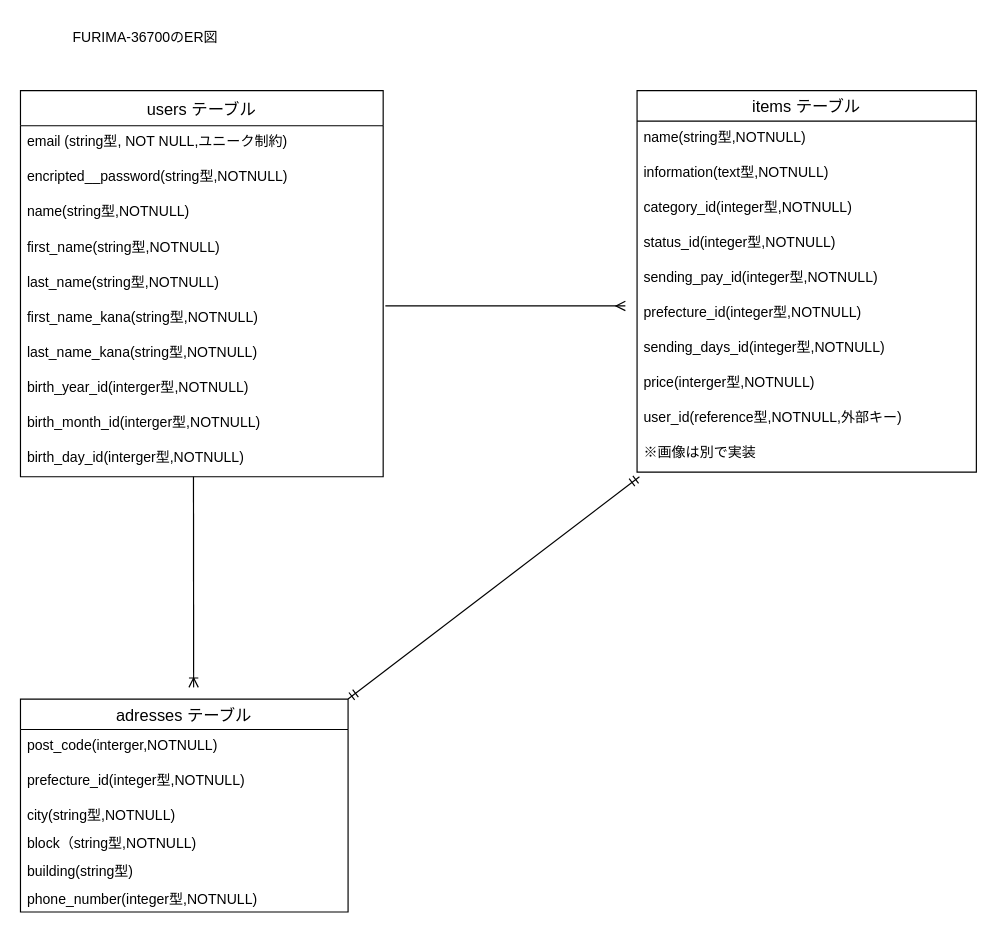
This is datebase.dio from Takucap10/furima-36700, a draw.io file, before an edit. Source tidied: cells renumbered, new cells numbered last; positions are measured from the earlier drawing's top-left corner, leaving out a move shared by most shapes. Both pictures are drawn from the tidied source at 117%, with x=0, y=0 at pixel (20, 20).
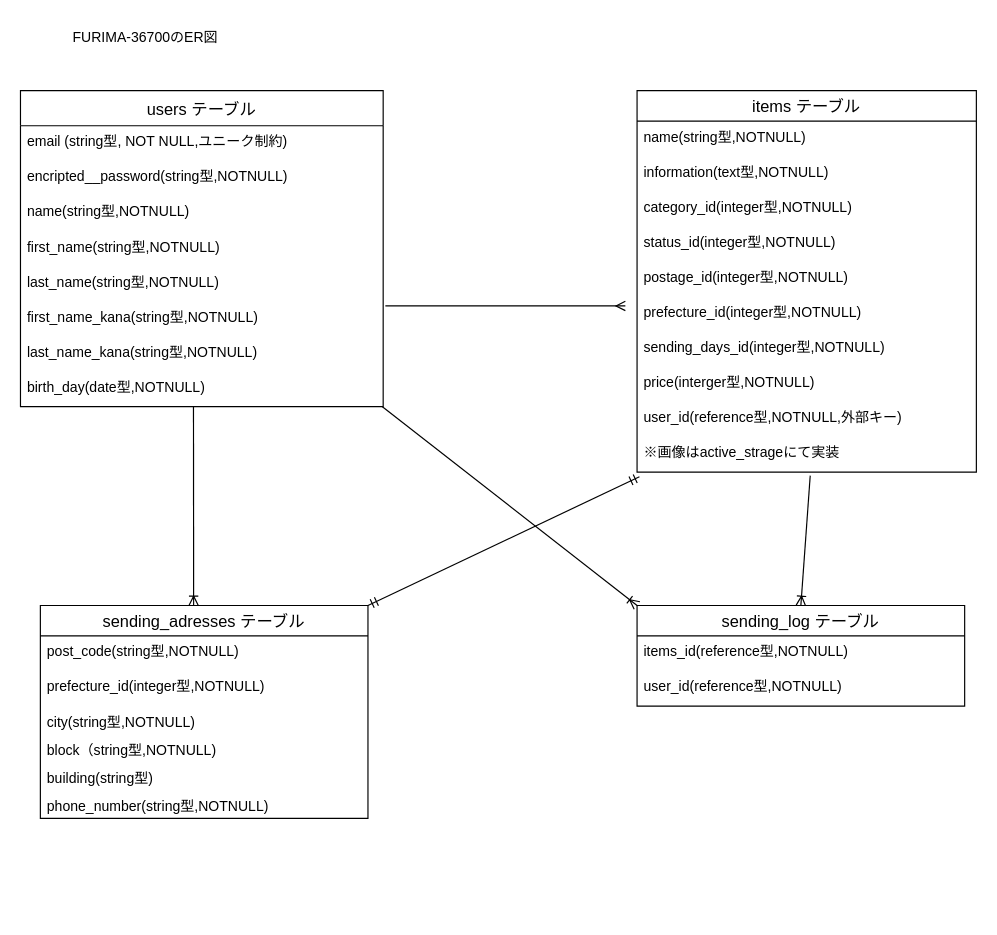
The same page after the edit.

Commit message (it also covers changes not shown here):
データベース設計見直し

The change refers to these unchanged cells:
```xml
<mxCell id="14" value="items テーブル" style="swimlane;fontStyle=0;horizontal=1;startSize=26;align=center;fontSize=14;" parent="1" vertex="1">
  <mxGeometry x="527" y="60" width="290" height="326" as="geometry" />
</mxCell>
```

What changed in the source:
```diff
@@
     <mxCell id="2" value="users テーブル" style="swimlane;fontStyle=0;horizontal=1;startSize=30;align=center;fontSize=14;labelBorderColor=none;" parent="1" vertex="1">
-      <mxGeometry y="60" width="310" height="330" as="geometry" />
+      <mxGeometry y="60" width="310" height="270" as="geometry" />
     </mxCell>
@@
-    <mxCell id="10" value="birth_year_id(interger型,NOTNULL)" style="text;strokeColor=none;fillColor=none;spacingLeft=4;spacingRight=4;overflow=hidden;fontSize=12;" parent="2" vertex="1">
-      <mxGeometry y="240" width="310" height="30" as="geometry" />
-    </mxCell>
-    <mxCell id="11" value="birth_month_id(interger型,NOTNULL)" style="text;strokeColor=none;fillColor=none;spacingLeft=4;spacingRight=4;overflow=hidden;fontSize=12;" parent="2" vertex="1">
-      <mxGeometry y="270" width="310" height="30" as="geometry" />
-    </mxCell>
-    <mxCell id="12" value="birth_day_id(interger型,NOTNULL)" style="text;strokeColor=none;fillColor=none;spacingLeft=4;spacingRight=4;overflow=hidden;points=[[0,0.5],[1,0.5]];portConstraint=eastwest;fontSize=12;" parent="2" vertex="1">
-      <mxGeometry y="300" width="310" height="30" as="geometry" />
+    <mxCell id="12" value="birth_day(date型,NOTNULL)" style="text;strokeColor=none;fillColor=none;spacingLeft=4;spacingRight=4;overflow=hidden;points=[[0,0.5],[1,0.5]];portConstraint=eastwest;fontSize=12;" parent="2" vertex="1">
+      <mxGeometry y="240" width="310" height="30" as="geometry" />
     </mxCell>
@@
-    <mxCell id="19" value="sending_pay_id(integer型,NOTNULL)" style="text;strokeColor=none;fillColor=none;spacingLeft=4;spacingRight=4;overflow=hidden;fontSize=12;" parent="14" vertex="1">
+    <mxCell id="19" value="postage_id(integer型,NOTNULL)" style="text;strokeColor=none;fillColor=none;spacingLeft=4;spacingRight=4;overflow=hidden;fontSize=12;" parent="14" vertex="1">
       <mxGeometry y="146" width="290" height="30" as="geometry" />
     </mxCell>
@@
-    <mxCell id="24" value="※画像は別で実装" style="text;strokeColor=none;fillColor=none;spacingLeft=4;spacingRight=4;overflow=hidden;points=[[0,0.5],[1,0.5]];portConstraint=eastwest;fontSize=12;" parent="14" vertex="1">
+    <mxCell id="24" value="※画像はactive_strageにて実装" style="text;strokeColor=none;fillColor=none;spacingLeft=4;spacingRight=4;overflow=hidden;points=[[0,0.5],[1,0.5]];portConstraint=eastwest;fontSize=12;" parent="14" vertex="1">
       <mxGeometry y="296" width="290" height="30" as="geometry" />
     </mxCell>
-    <mxCell id="25" value="adresses テーブル" style="swimlane;fontStyle=0;horizontal=1;startSize=26;align=center;fontSize=14;" parent="1" vertex="1">
-      <mxGeometry y="580" width="280" height="182" as="geometry" />
+    <mxCell id="25" value="sending_adresses テーブル" style="swimlane;fontStyle=0;horizontal=1;startSize=26;align=center;fontSize=14;" parent="1" vertex="1">
+      <mxGeometry x="17" y="500" width="280" height="182" as="geometry" />
     </mxCell>
-    <mxCell id="26" value="post_code(interger,NOTNULL)" style="text;strokeColor=none;fillColor=none;spacingLeft=4;spacingRight=4;overflow=hidden;fontSize=12;" parent="25" vertex="1">
+    <mxCell id="26" value="post_code(string型,NOTNULL)" style="text;strokeColor=none;fillColor=none;spacingLeft=4;spacingRight=4;overflow=hidden;fontSize=12;" parent="25" vertex="1">
       <mxGeometry y="26" width="280" height="30" as="geometry" />
     </mxCell>
@@
-    <mxCell id="31" value="phone_number(integer型,NOTNULL)" style="text;strokeColor=none;fillColor=none;spacingLeft=4;spacingRight=4;overflow=hidden;fontSize=12;" parent="25" vertex="1">
+    <mxCell id="31" value="phone_number(string型,NOTNULL)" style="text;strokeColor=none;fillColor=none;spacingLeft=4;spacingRight=4;overflow=hidden;fontSize=12;" parent="25" vertex="1">
       <mxGeometry y="158" width="280" height="24" as="geometry" />
     </mxCell>
@@
     <mxCell id="33" style="fontSize=12;html=1;endArrow=ERoneToMany;exitX=0.477;exitY=1;exitDx=0;exitDy=0;exitPerimeter=0;" parent="1" edge="1" source="12">
       <mxGeometry relative="1" as="geometry">
-        <mxPoint x="148" y="570" as="targetPoint" />
+        <mxPoint x="148" y="500" as="targetPoint" />
       </mxGeometry>
     </mxCell>
@@
+    <mxCell id="35" value="sending_log テーブル" style="swimlane;fontStyle=0;horizontal=1;startSize=26;align=center;fontSize=14;" parent="1" vertex="1">
+      <mxGeometry x="527" y="500" width="280" height="86" as="geometry" />
+    </mxCell>
+    <mxCell id="36" value="items_id(reference型,NOTNULL)" style="text;strokeColor=none;fillColor=none;spacingLeft=4;spacingRight=4;overflow=hidden;fontSize=12;" parent="35" vertex="1">
+      <mxGeometry y="26" width="280" height="30" as="geometry" />
+    </mxCell>
+    <mxCell id="37" value="user_id(reference型,NOTNULL)" style="text;strokeColor=none;fillColor=none;spacingLeft=4;spacingRight=4;overflow=hidden;fontSize=12;" parent="35" vertex="1">
+      <mxGeometry y="56" width="280" height="30" as="geometry" />
+    </mxCell>
+    <mxCell id="38" style="fontSize=12;html=1;endArrow=ERoneToMany;entryX=0;entryY=0;entryDx=0;entryDy=0;exitX=0.997;exitY=0.998;exitDx=0;exitDy=0;exitPerimeter=0;" parent="1" edge="1" source="12" target="35">
+      <mxGeometry relative="1" as="geometry" />
+    </mxCell>
+    <mxCell id="39" style="fontSize=12;html=1;endArrow=ERoneToMany;entryX=0.5;entryY=0;entryDx=0;entryDy=0;" parent="1" edge="1" target="35">
+      <mxGeometry relative="1" as="geometry">
+        <mxPoint x="675" y="389" as="sourcePoint" />
+      </mxGeometry>
+    </mxCell>
```
